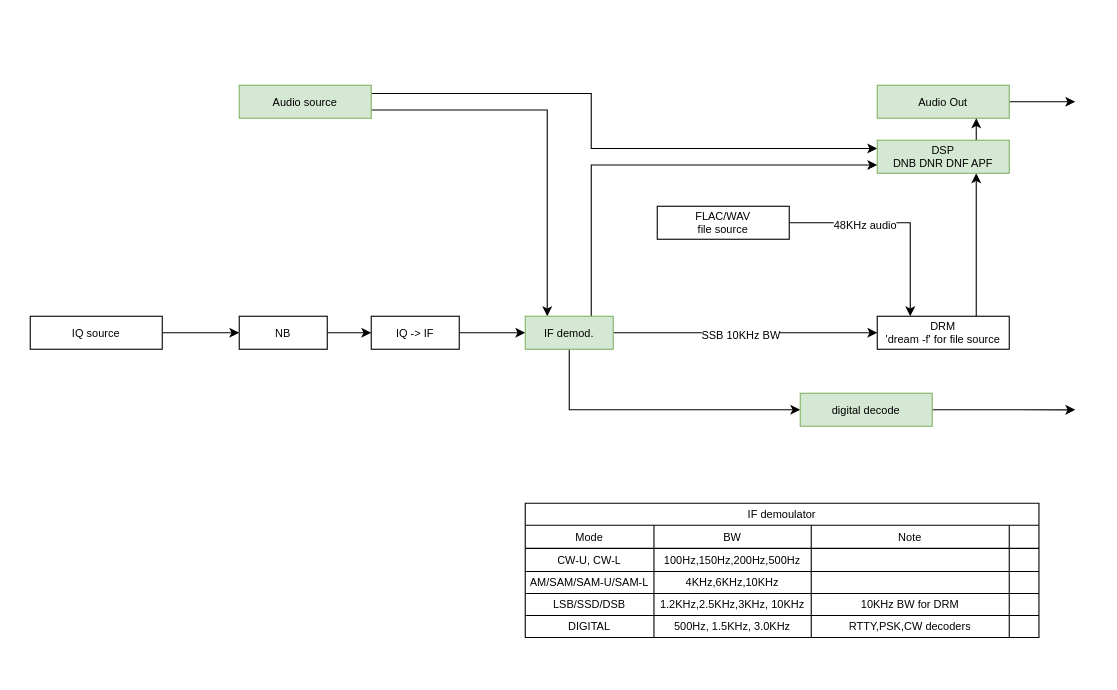
Above: docs/CM5-sdr-backend-pipeline-AUD.drawio in dielectric-coder/efd-station (draw.io), before the change. Source tidied: cells renumbered, new cells numbered last; positions are measured from the earlier drawing's top-left corner, leaving out a move shared by most shapes. Both pictures are drawn from the tidied source at 110%, with x=0, y=0 at pixel (30, 85).
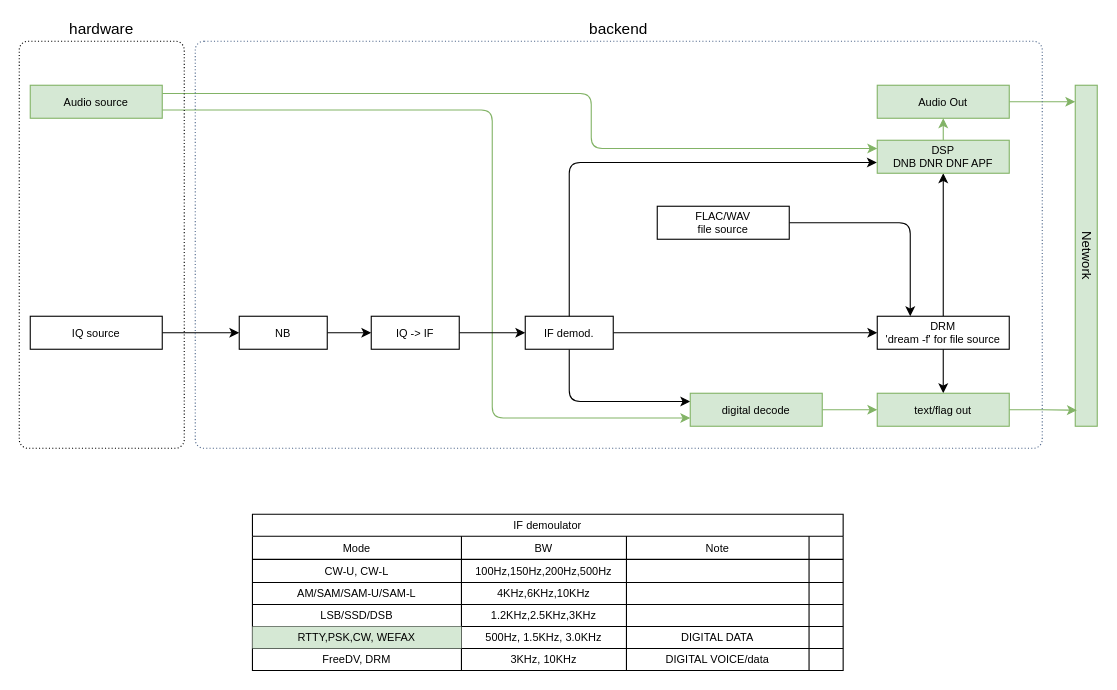
After the change.

The change refers to these unchanged cells:
```xml
<mxCell id="10" value="DRM&lt;div&gt;'dream -f' for file source&lt;/div&gt;" style="rounded=0;whiteSpace=wrap;html=1;fontSize=10;" parent="1" vertex="1">
  <mxGeometry x="770" y="210" width="120" height="30" as="geometry" />
</mxCell>
<mxCell id="19" value="Audio Out" style="rounded=0;whiteSpace=wrap;html=1;fontSize=10;fillColor=#d5e8d4;strokeColor=#82b366;" parent="1" vertex="1">
  <mxGeometry x="770" width="120" height="30" as="geometry" />
</mxCell>
<mxCell id="22" value="FLAC/WAV&lt;div&gt;file source&lt;/div&gt;" style="rounded=0;whiteSpace=wrap;html=1;fontSize=10;" parent="1" vertex="1">
  <mxGeometry x="570" y="110" width="120" height="30" as="geometry" />
</mxCell>
<mxCell id="26" value="&lt;font&gt;DSP&lt;/font&gt;&lt;div&gt;&lt;font&gt;DNB DNR DNF APF&lt;/font&gt;&lt;/div&gt;" style="rounded=0;whiteSpace=wrap;html=1;fontSize=10;fillColor=#d5e8d4;strokeColor=#82b366;" parent="1" vertex="1">
  <mxGeometry x="770" y="50" width="120" height="30" as="geometry" />
</mxCell>
```

Change to the diagram source:
```diff
@@
-    <mxCell id="2" style="edgeStyle=orthogonalEdgeStyle;rounded=0;jettySize=auto;html=1;exitX=1;exitY=0.75;exitDx=0;exitDy=0;entryX=0.25;entryY=0;entryDx=0;entryDy=0;fontSize=10;" parent="1" edge="1" source="4" target="15">
-      <mxGeometry relative="1" as="geometry" />
-    </mxCell>
-    <mxCell id="3" style="edgeStyle=orthogonalEdgeStyle;rounded=0;jettySize=auto;html=1;exitX=1;exitY=0.25;exitDx=0;exitDy=0;entryX=0;entryY=0.25;entryDx=0;entryDy=0;" parent="1" edge="1" source="4" target="26">
+    <mxCell id="3" style="edgeStyle=orthogonalEdgeStyle;rounded=1;jettySize=auto;html=1;exitX=1;exitY=0.25;exitDx=0;exitDy=0;entryX=0;entryY=0.25;entryDx=0;entryDy=0;curved=0;fillColor=#d5e8d4;strokeColor=#82b366;" parent="1" edge="1" source="4" target="26">
       <mxGeometry relative="1" as="geometry">
         <Array as="points">
           <mxPoint x="510" y="7" />
           <mxPoint x="510" y="57" />
         </Array>
       </mxGeometry>
     </mxCell>
+    <mxCell id="53" style="edgeStyle=orthogonalEdgeStyle;rounded=1;jettySize=auto;html=1;exitX=1;exitY=0.75;exitDx=0;exitDy=0;entryX=0;entryY=0.75;entryDx=0;entryDy=0;curved=0;fillColor=#d5e8d4;strokeColor=#82b366;" parent="1" edge="1" source="4" target="17">
+      <mxGeometry relative="1" as="geometry">
+        <Array as="points">
+          <mxPoint x="420" y="22" />
+          <mxPoint x="420" y="302" />
+        </Array>
+      </mxGeometry>
+    </mxCell>
     <mxCell id="4" value="Audio source" style="rounded=0;whiteSpace=wrap;html=1;fontSize=10;fillColor=#d5e8d4;strokeColor=#82b366;" parent="1" vertex="1">
-      <mxGeometry x="190" width="120" height="30" as="geometry" />
+      <mxGeometry width="120" height="30" as="geometry" />
     </mxCell>
@@
-    <mxCell id="9" style="edgeStyle=orthogonalEdgeStyle;rounded=0;jettySize=auto;html=1;exitX=0.75;exitY=0;exitDx=0;exitDy=0;entryX=0.75;entryY=1;entryDx=0;entryDy=0;fontSize=10;" parent="1" edge="1" source="10" target="26">
+    <mxCell id="9" style="edgeStyle=orthogonalEdgeStyle;rounded=0;jettySize=auto;html=1;exitX=0.5;exitY=0;exitDx=0;exitDy=0;entryX=0.5;entryY=1;entryDx=0;entryDy=0;" parent="1" edge="1" source="10" target="26">
       <mxGeometry relative="1" as="geometry" />
     </mxCell>
+    <mxCell id="54" style="edgeStyle=orthogonalEdgeStyle;rounded=0;jettySize=auto;html=1;exitX=0.5;exitY=1;exitDx=0;exitDy=0;entryX=0.5;entryY=0;entryDx=0;entryDy=0;" parent="1" edge="1" source="10" target="62">
+      <mxGeometry relative="1" as="geometry" />
+    </mxCell>
@@
+    <mxCell id="12" style="edgeStyle=orthogonalEdgeStyle;rounded=0;jettySize=auto;html=1;exitX=1;exitY=0.5;exitDx=0;exitDy=0;entryX=0;entryY=0.5;entryDx=0;entryDy=0;fontSize=10;" parent="1" edge="1" source="15" target="10">
+      <mxGeometry relative="1" as="geometry" />
+    </mxCell>
-    <mxCell id="11" style="edgeStyle=orthogonalEdgeStyle;rounded=0;jettySize=auto;html=1;exitX=0.5;exitY=1;exitDx=0;exitDy=0;entryX=0;entryY=0.5;entryDx=0;entryDy=0;fontSize=10;" parent="1" edge="1" source="15" target="17">
+    <mxCell id="11" style="edgeStyle=orthogonalEdgeStyle;rounded=1;jettySize=auto;html=1;exitX=0.5;exitY=1;exitDx=0;exitDy=0;entryX=0;entryY=0.25;entryDx=0;entryDy=0;curved=0;fillColor=#d5e8d4;strokeColor=#000000;" parent="1" edge="1" source="15" target="17">
       <mxGeometry relative="1" as="geometry" />
     </mxCell>
-    <mxCell id="12" style="edgeStyle=orthogonalEdgeStyle;rounded=0;jettySize=auto;html=1;exitX=1;exitY=0.5;exitDx=0;exitDy=0;entryX=0;entryY=0.5;entryDx=0;entryDy=0;fontSize=10;" parent="1" edge="1" source="15" target="10">
-      <mxGeometry relative="1" as="geometry" />
-    </mxCell>
-    <mxCell id="13" value="SSB 10KHz BW" style="edgeLabel;html=1;align=center;verticalAlign=middle;fontSize=10;" parent="12" vertex="1">
-      <mxGeometry x="-0.04" y="-1" relative="1" as="geometry" />
-    </mxCell>
-    <mxCell id="14" style="edgeStyle=orthogonalEdgeStyle;rounded=0;jettySize=auto;html=1;exitX=0.75;exitY=0;exitDx=0;exitDy=0;entryX=0;entryY=0.75;entryDx=0;entryDy=0;" parent="1" edge="1" source="15" target="26">
-      <mxGeometry relative="1" as="geometry" />
-    </mxCell>
-    <mxCell id="15" value="IF demod." style="rounded=0;whiteSpace=wrap;html=1;fontSize=10;fillColor=#d5e8d4;strokeColor=#82b366;" parent="1" vertex="1">
+    <mxCell id="15" value="IF demod." style="rounded=0;whiteSpace=wrap;html=1;fontSize=10;" parent="1" vertex="1">
       <mxGeometry x="450" y="210" width="80" height="30" as="geometry" />
     </mxCell>
-    <mxCell id="16" style="edgeStyle=orthogonalEdgeStyle;rounded=0;jettySize=auto;html=1;exitX=1;exitY=0.5;exitDx=0;exitDy=0;fontSize=10;" parent="1" edge="1" source="17">
-      <mxGeometry relative="1" as="geometry">
-        <mxPoint x="950" y="295.1" as="targetPoint" />
-      </mxGeometry>
-    </mxCell>
+    <mxCell id="55" style="edgeStyle=orthogonalEdgeStyle;rounded=0;jettySize=auto;html=1;exitX=1;exitY=0.5;exitDx=0;exitDy=0;entryX=0;entryY=0.5;entryDx=0;entryDy=0;fillColor=#d5e8d4;strokeColor=#82b366;" parent="1" edge="1" source="17" target="62">
+      <mxGeometry relative="1" as="geometry" />
+    </mxCell>
     <mxCell id="17" value="digital decode" style="rounded=0;whiteSpace=wrap;html=1;fontSize=10;fillColor=#d5e8d4;strokeColor=#82b366;" parent="1" vertex="1">
-      <mxGeometry x="700" y="280" width="120" height="30" as="geometry" />
+      <mxGeometry x="600" y="280" width="120" height="30" as="geometry" />
     </mxCell>
-    <mxCell id="18" style="edgeStyle=orthogonalEdgeStyle;rounded=0;jettySize=auto;html=1;exitX=1;exitY=0.5;exitDx=0;exitDy=0;fontSize=10;" parent="1" edge="1" source="19">
+    <mxCell id="18" style="edgeStyle=orthogonalEdgeStyle;rounded=0;jettySize=auto;html=1;exitX=1;exitY=0.5;exitDx=0;exitDy=0;fontSize=10;fillColor=#d5e8d4;strokeColor=#82b366;" parent="1" edge="1" source="19">
       <mxGeometry relative="1" as="geometry">
         <mxPoint x="950" y="15" as="targetPoint" />
       </mxGeometry>
     </mxCell>
@@
-    <mxCell id="20" style="edgeStyle=orthogonalEdgeStyle;rounded=0;jettySize=auto;html=1;exitX=1;exitY=0.5;exitDx=0;exitDy=0;entryX=0.25;entryY=0;entryDx=0;entryDy=0;fontSize=10;" parent="1" edge="1" source="22" target="10">
+    <mxCell id="20" style="edgeStyle=orthogonalEdgeStyle;rounded=1;jettySize=auto;html=1;exitX=1;exitY=0.5;exitDx=0;exitDy=0;entryX=0.25;entryY=0;entryDx=0;entryDy=0;fontSize=10;curved=0;" parent="1" edge="1" source="22" target="10">
       <mxGeometry relative="1" as="geometry" />
     </mxCell>
-    <mxCell id="21" value="48KHz audio" style="edgeLabel;html=1;align=center;verticalAlign=middle;fontSize=10;" parent="20" vertex="1">
-      <mxGeometry x="-0.3" y="-1" relative="1" as="geometry" />
-    </mxCell>
@@
-    <mxCell id="25" style="edgeStyle=orthogonalEdgeStyle;rounded=0;jettySize=auto;html=1;exitX=0.75;exitY=0;exitDx=0;exitDy=0;entryX=0.75;entryY=1;entryDx=0;entryDy=0;fontSize=10;" parent="1" edge="1" source="26" target="19">
+    <mxCell id="25" style="edgeStyle=orthogonalEdgeStyle;rounded=0;jettySize=auto;html=1;exitX=0.5;exitY=0;exitDx=0;exitDy=0;entryX=0.5;entryY=1;entryDx=0;entryDy=0;fillColor=#d5e8d4;strokeColor=#82b366;" parent="1" edge="1" source="26" target="19">
       <mxGeometry relative="1" as="geometry" />
     </mxCell>
@@
     <mxCell id="27" value="IF demoulator" style="shape=table;startSize=20;childLayout=tableLayout;strokeColor=default;fontSize=10;" parent="1" vertex="1">
-      <mxGeometry x="450" y="380" width="467" height="122" as="geometry" />
+      <mxGeometry x="202" y="390" width="537" height="142" as="geometry" />
     </mxCell>
     <mxCell id="28" style="shape=tableRow;horizontal=0;startSize=0;swimlaneHead=0;swimlaneBody=0;strokeColor=inherit;top=0;left=0;bottom=0;right=0;fillColor=none;fontSize=10;" parent="27" vertex="1">
-      <mxGeometry y="20" width="467" height="21" as="geometry" />
+      <mxGeometry y="20" width="537" height="21" as="geometry" />
     </mxCell>
     <mxCell id="29" value="Mode" style="shape=partialRectangle;html=1;whiteSpace=wrap;strokeColor=inherit;overflow=hidden;fillColor=none;top=0;left=0;bottom=0;right=0;fontSize=10;" parent="28" vertex="1">
-      <mxGeometry width="117" height="21" as="geometry" />
+      <mxGeometry width="190" height="21" as="geometry" />
     </mxCell>
     <mxCell id="30" value="BW" style="shape=partialRectangle;html=1;whiteSpace=wrap;strokeColor=inherit;overflow=hidden;fillColor=none;top=0;left=0;bottom=0;right=0;fontSize=10;" parent="28" vertex="1">
-      <mxGeometry x="117" width="143" height="21" as="geometry" />
+      <mxGeometry x="190" width="150" height="21" as="geometry" />
     </mxCell>
     <mxCell id="31" value="Note" style="shape=partialRectangle;html=1;whiteSpace=wrap;strokeColor=inherit;overflow=hidden;fillColor=none;top=0;left=0;bottom=0;right=0;fontSize=10;" parent="28" vertex="1">
-      <mxGeometry x="260" width="180" height="21" as="geometry" />
+      <mxGeometry x="340" width="166" height="21" as="geometry" />
     </mxCell>
     <mxCell id="32" style="shape=partialRectangle;html=1;whiteSpace=wrap;strokeColor=inherit;overflow=hidden;fillColor=none;top=0;left=0;bottom=0;right=0;fontSize=10;" parent="28" vertex="1">
-      <mxGeometry x="440" width="27" height="21" as="geometry" />
+      <mxGeometry x="506" width="31" height="21" as="geometry" />
     </mxCell>
     <mxCell id="33" style="shape=tableRow;horizontal=0;startSize=0;swimlaneHead=0;swimlaneBody=0;strokeColor=inherit;top=0;left=0;bottom=0;right=0;fillColor=none;fontSize=10;" parent="27" vertex="1">
-      <mxGeometry y="41" width="467" height="21" as="geometry" />
+      <mxGeometry y="41" width="537" height="21" as="geometry" />
     </mxCell>
     <mxCell id="34" value="CW-U, CW-L" style="shape=partialRectangle;html=1;whiteSpace=wrap;strokeColor=inherit;overflow=hidden;fillColor=none;top=0;left=0;bottom=0;right=0;fontSize=10;" parent="33" vertex="1">
-      <mxGeometry width="117" height="21" as="geometry" />
+      <mxGeometry width="190" height="21" as="geometry" />
     </mxCell>
     <mxCell id="35" value="100Hz,150Hz,200Hz,500Hz" style="shape=partialRectangle;html=1;whiteSpace=wrap;strokeColor=inherit;overflow=hidden;fillColor=none;top=0;left=0;bottom=0;right=0;fontSize=10;" parent="33" vertex="1">
-      <mxGeometry x="117" width="143" height="21" as="geometry" />
+      <mxGeometry x="190" width="150" height="21" as="geometry" />
     </mxCell>
     <mxCell id="36" style="shape=partialRectangle;html=1;whiteSpace=wrap;strokeColor=inherit;overflow=hidden;fillColor=none;top=0;left=0;bottom=0;right=0;fontSize=10;" parent="33" vertex="1">
-      <mxGeometry x="260" width="180" height="21" as="geometry" />
+      <mxGeometry x="340" width="166" height="21" as="geometry" />
     </mxCell>
     <mxCell id="37" style="shape=partialRectangle;html=1;whiteSpace=wrap;strokeColor=inherit;overflow=hidden;fillColor=none;top=0;left=0;bottom=0;right=0;fontSize=10;" parent="33" vertex="1">
-      <mxGeometry x="440" width="27" height="21" as="geometry" />
+      <mxGeometry x="506" width="31" height="21" as="geometry" />
     </mxCell>
     <mxCell id="38" style="shape=tableRow;horizontal=0;startSize=0;swimlaneHead=0;swimlaneBody=0;strokeColor=inherit;top=0;left=0;bottom=0;right=0;fillColor=none;fontSize=10;" parent="27" vertex="1">
-      <mxGeometry y="62" width="467" height="20" as="geometry" />
+      <mxGeometry y="62" width="537" height="20" as="geometry" />
     </mxCell>
     <mxCell id="39" value="AM/SAM/SAM-U/SAM-L" style="shape=partialRectangle;html=1;whiteSpace=wrap;strokeColor=inherit;overflow=hidden;fillColor=none;top=0;left=0;bottom=0;right=0;fontSize=10;" parent="38" vertex="1">
-      <mxGeometry width="117" height="20" as="geometry" />
+      <mxGeometry width="190" height="20" as="geometry" />
     </mxCell>
     <mxCell id="40" value="4KHz,6KHz,10KHz" style="shape=partialRectangle;html=1;whiteSpace=wrap;strokeColor=inherit;overflow=hidden;fillColor=none;top=0;left=0;bottom=0;right=0;fontSize=10;" parent="38" vertex="1">
-      <mxGeometry x="117" width="143" height="20" as="geometry" />
+      <mxGeometry x="190" width="150" height="20" as="geometry" />
     </mxCell>
     <mxCell id="41" style="shape=partialRectangle;html=1;whiteSpace=wrap;strokeColor=inherit;overflow=hidden;fillColor=none;top=0;left=0;bottom=0;right=0;fontSize=10;" parent="38" vertex="1">
-      <mxGeometry x="260" width="180" height="20" as="geometry" />
+      <mxGeometry x="340" width="166" height="20" as="geometry" />
     </mxCell>
     <mxCell id="42" style="shape=partialRectangle;html=1;whiteSpace=wrap;strokeColor=inherit;overflow=hidden;fillColor=none;top=0;left=0;bottom=0;right=0;fontSize=10;" parent="38" vertex="1">
-      <mxGeometry x="440" width="27" height="20" as="geometry" />
+      <mxGeometry x="506" width="31" height="20" as="geometry" />
     </mxCell>
     <mxCell id="43" style="shape=tableRow;horizontal=0;startSize=0;swimlaneHead=0;swimlaneBody=0;strokeColor=inherit;top=0;left=0;bottom=0;right=0;fillColor=none;fontSize=10;" parent="27" vertex="1">
-      <mxGeometry y="82" width="467" height="20" as="geometry" />
+      <mxGeometry y="82" width="537" height="20" as="geometry" />
     </mxCell>
     <mxCell id="44" value="LSB/SSD/DSB" style="shape=partialRectangle;html=1;whiteSpace=wrap;strokeColor=inherit;overflow=hidden;fillColor=none;top=0;left=0;bottom=0;right=0;fontSize=10;" parent="43" vertex="1">
-      <mxGeometry width="117" height="20" as="geometry" />
+      <mxGeometry width="190" height="20" as="geometry" />
     </mxCell>
-    <mxCell id="45" value="1.2KHz,2.5KHz,3KHz, 10KHz" style="shape=partialRectangle;html=1;whiteSpace=wrap;strokeColor=inherit;overflow=hidden;fillColor=none;top=0;left=0;bottom=0;right=0;fontSize=10;" parent="43" vertex="1">
-      <mxGeometry x="117" width="143" height="20" as="geometry" />
+    <mxCell id="45" value="1.2KHz,2.5KHz,3KHz" style="shape=partialRectangle;html=1;whiteSpace=wrap;strokeColor=inherit;overflow=hidden;fillColor=none;top=0;left=0;bottom=0;right=0;fontSize=10;" parent="43" vertex="1">
+      <mxGeometry x="190" width="150" height="20" as="geometry" />
     </mxCell>
-    <mxCell id="46" value="10KHz BW for DRM" style="shape=partialRectangle;html=1;whiteSpace=wrap;strokeColor=inherit;overflow=hidden;fillColor=none;top=0;left=0;bottom=0;right=0;fontSize=10;" parent="43" vertex="1">
-      <mxGeometry x="260" width="180" height="20" as="geometry" />
+    <mxCell id="46" style="shape=partialRectangle;html=1;whiteSpace=wrap;strokeColor=inherit;overflow=hidden;fillColor=none;top=0;left=0;bottom=0;right=0;fontSize=10;" parent="43" vertex="1">
+      <mxGeometry x="340" width="166" height="20" as="geometry" />
     </mxCell>
     <mxCell id="47" style="shape=partialRectangle;html=1;whiteSpace=wrap;strokeColor=inherit;overflow=hidden;fillColor=none;top=0;left=0;bottom=0;right=0;fontSize=10;" parent="43" vertex="1">
-      <mxGeometry x="440" width="27" height="20" as="geometry" />
+      <mxGeometry x="506" width="31" height="20" as="geometry" />
     </mxCell>
     <mxCell id="48" style="shape=tableRow;horizontal=0;startSize=0;swimlaneHead=0;swimlaneBody=0;strokeColor=inherit;top=0;left=0;bottom=0;right=0;fillColor=none;fontSize=10;" parent="27" vertex="1">
-      <mxGeometry y="102" width="467" height="20" as="geometry" />
+      <mxGeometry y="102" width="537" height="20" as="geometry" />
     </mxCell>
-    <mxCell id="49" value="DIGITAL" style="shape=partialRectangle;html=1;whiteSpace=wrap;strokeColor=inherit;overflow=hidden;fillColor=none;top=0;left=0;bottom=0;right=0;fontSize=10;" parent="48" vertex="1">
-      <mxGeometry width="117" height="20" as="geometry" />
+    <mxCell id="49" value="RTTY,PSK,CW, WEFAX" style="shape=partialRectangle;html=1;whiteSpace=wrap;strokeColor=#82b366;overflow=hidden;fillColor=#d5e8d4;top=0;left=0;bottom=0;right=0;fontSize=10;" parent="48" vertex="1">
+      <mxGeometry width="190" height="20" as="geometry" />
     </mxCell>
     <mxCell id="50" value="500Hz, 1.5KHz, 3.0KHz" style="shape=partialRectangle;html=1;whiteSpace=wrap;strokeColor=inherit;overflow=hidden;fillColor=none;top=0;left=0;bottom=0;right=0;fontSize=10;" parent="48" vertex="1">
-      <mxGeometry x="117" width="143" height="20" as="geometry" />
+      <mxGeometry x="190" width="150" height="20" as="geometry" />
     </mxCell>
-    <mxCell id="51" value="RTTY,PSK,CW decoders" style="shape=partialRectangle;html=1;whiteSpace=wrap;strokeColor=inherit;overflow=hidden;fillColor=none;top=0;left=0;bottom=0;right=0;fontSize=10;" parent="48" vertex="1">
-      <mxGeometry x="260" width="180" height="20" as="geometry" />
+    <mxCell id="51" value="DIGITAL DATA" style="shape=partialRectangle;html=1;whiteSpace=wrap;strokeColor=inherit;overflow=hidden;fillColor=none;top=0;left=0;bottom=0;right=0;fontSize=10;" parent="48" vertex="1">
+      <mxGeometry x="340" width="166" height="20" as="geometry" />
     </mxCell>
     <mxCell id="52" style="shape=partialRectangle;html=1;whiteSpace=wrap;strokeColor=inherit;overflow=hidden;fillColor=none;top=0;left=0;bottom=0;right=0;fontSize=10;" parent="48" vertex="1">
-      <mxGeometry x="440" width="27" height="20" as="geometry" />
+      <mxGeometry x="506" width="31" height="20" as="geometry" />
     </mxCell>
+    <mxCell id="56" style="shape=tableRow;horizontal=0;startSize=0;swimlaneHead=0;swimlaneBody=0;strokeColor=inherit;top=0;left=0;bottom=0;right=0;fillColor=none;fontSize=10;" parent="27" vertex="1">
+      <mxGeometry y="122" width="537" height="20" as="geometry" />
+    </mxCell>
+    <mxCell id="57" value="FreeDV, DRM" style="shape=partialRectangle;html=1;whiteSpace=wrap;strokeColor=inherit;overflow=hidden;fillColor=none;top=0;left=0;bottom=0;right=0;fontSize=10;" parent="56" vertex="1">
+      <mxGeometry width="190" height="20" as="geometry" />
+    </mxCell>
+    <mxCell id="58" value="3KHz, 10KHz" style="shape=partialRectangle;html=1;whiteSpace=wrap;strokeColor=inherit;overflow=hidden;fillColor=none;top=0;left=0;bottom=0;right=0;fontSize=10;" parent="56" vertex="1">
+      <mxGeometry x="190" width="150" height="20" as="geometry" />
+    </mxCell>
+    <mxCell id="59" value="DIGITAL VOICE/data" style="shape=partialRectangle;html=1;whiteSpace=wrap;strokeColor=inherit;overflow=hidden;fillColor=none;top=0;left=0;bottom=0;right=0;fontSize=10;" parent="56" vertex="1">
+      <mxGeometry x="340" width="166" height="20" as="geometry" />
+    </mxCell>
+    <mxCell id="60" style="shape=partialRectangle;html=1;whiteSpace=wrap;strokeColor=inherit;overflow=hidden;fillColor=none;top=0;left=0;bottom=0;right=0;fontSize=10;" parent="56" vertex="1">
+      <mxGeometry x="506" width="31" height="20" as="geometry" />
+    </mxCell>
+    <mxCell id="61" value="Network" style="rounded=0;whiteSpace=wrap;html=1;textDirection=vertical-rl;fillColor=#d5e8d4;strokeColor=#82b366;" parent="1" vertex="1">
+      <mxGeometry x="950" width="20" height="310" as="geometry" />
+    </mxCell>
+    <mxCell id="62" value="text/flag out" style="rounded=0;whiteSpace=wrap;html=1;fontSize=10;fillColor=#d5e8d4;strokeColor=#82b366;" parent="1" vertex="1">
+      <mxGeometry x="770" y="280" width="120" height="30" as="geometry" />
+    </mxCell>
+    <mxCell id="63" style="edgeStyle=orthogonalEdgeStyle;rounded=0;jettySize=auto;html=1;exitX=1;exitY=0.5;exitDx=0;exitDy=0;entryX=0.073;entryY=0.953;entryDx=0;entryDy=0;entryPerimeter=0;fillColor=#d5e8d4;strokeColor=#82b366;" parent="1" edge="1" source="62" target="61">
+      <mxGeometry relative="1" as="geometry" />
+    </mxCell>
+    <mxCell id="14" style="edgeStyle=orthogonalEdgeStyle;rounded=1;jettySize=auto;html=1;exitX=0.5;exitY=0;exitDx=0;exitDy=0;entryX=-0.003;entryY=0.674;entryDx=0;entryDy=0;entryPerimeter=0;curved=0;" parent="1" edge="1" source="15" target="26">
+      <mxGeometry relative="1" as="geometry" />
+    </mxCell>
+    <mxCell id="64" value="&lt;font style=&quot;font-size: 14px;&quot;&gt;backend&lt;/font&gt;" style="rounded=1;whiteSpace=wrap;html=1;fillColor=none;arcSize=16;absoluteArcSize=1;dashed=1;dashPattern=1 2;strokeColor=#4E668A;labelPosition=center;verticalLabelPosition=top;align=center;verticalAlign=bottom;" parent="1" vertex="1">
+      <mxGeometry x="150" y="-40" width="770" height="370" as="geometry" />
+    </mxCell>
+    <mxCell id="65" value="&lt;font style=&quot;font-size: 14px;&quot;&gt;hardware&lt;/font&gt;" style="rounded=1;whiteSpace=wrap;html=1;arcSize=16;absoluteArcSize=1;fillColor=none;dashed=1;dashPattern=1 2;labelPosition=center;verticalLabelPosition=top;align=center;verticalAlign=bottom;" parent="1" vertex="1">
+      <mxGeometry x="-10" y="-40" width="150" height="370" as="geometry" />
+    </mxCell>
```
